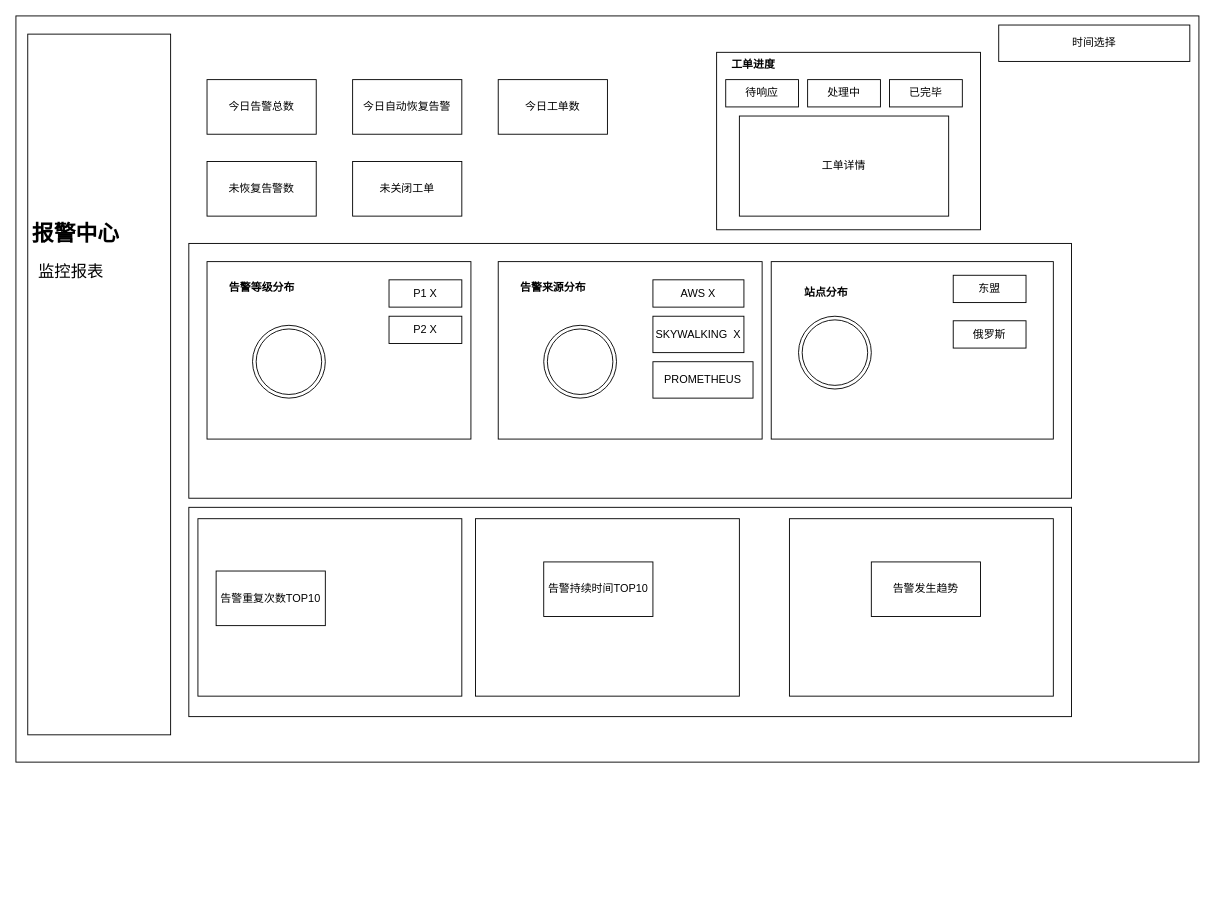
The draw.io diagram 告警报表页面.drawio in 463024907/zabbix-report, before the edit. Source tidied: cells renumbered, new cells numbered last; positions are measured from the earlier drawing's top-left corner, leaving out a move shared by most shapes. Both pictures are drawn from the tidied source at 91%, with x=0, y=0 at pixel (15, 15).
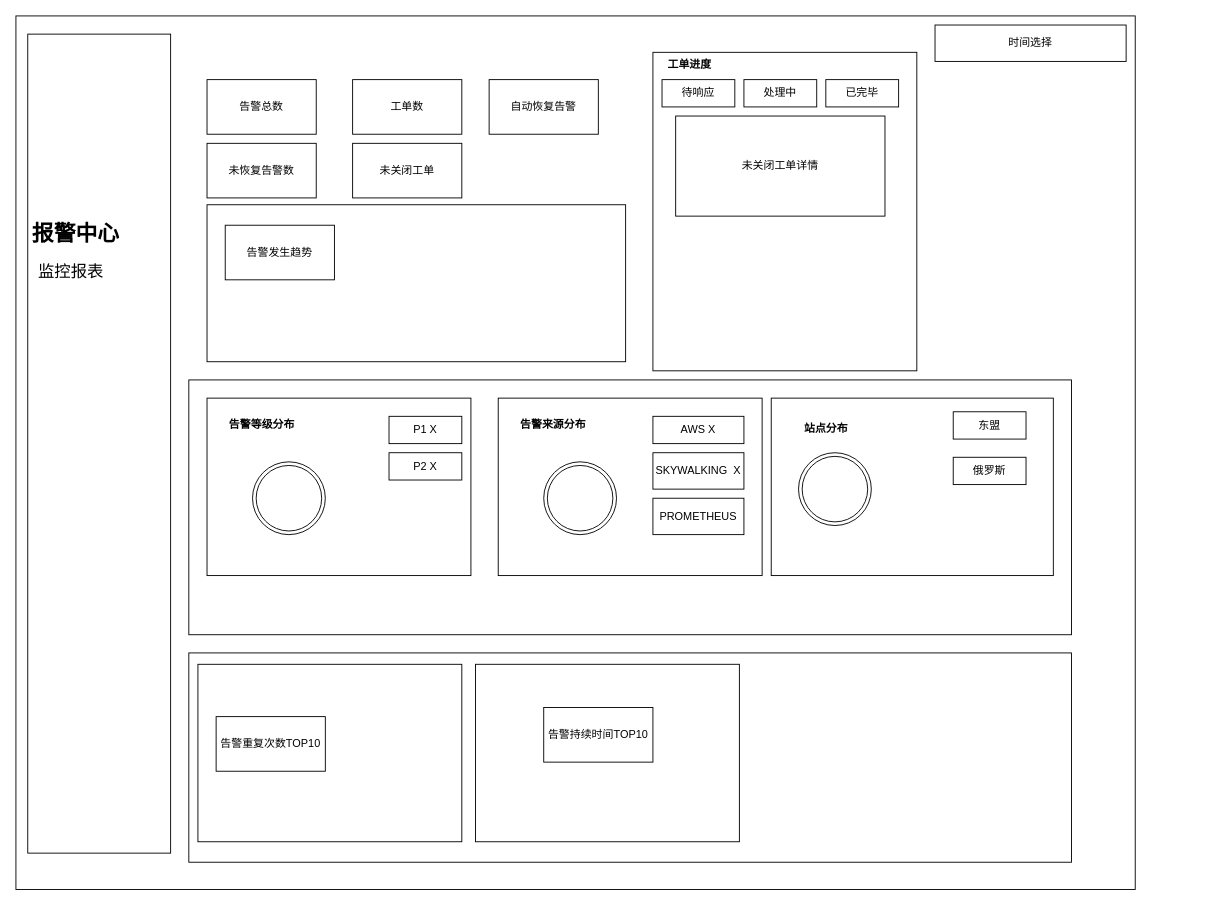
After the change.

Commit message (it also covers changes not shown here):
更新告警报表页面.drawio

Diff of the diagram source:
```diff
@@
     <mxCell id="2" style="rounded=0;whiteSpace=wrap;html=1;" parent="1" vertex="1">
-      <mxGeometry width="1300" height="820" as="geometry" />
+      <mxGeometry width="1230" height="960" as="geometry" />
     </mxCell>
     <mxCell id="3" style="rounded=0;whiteSpace=wrap;html=1;" parent="1" vertex="1">
-      <mxGeometry x="13" y="20" width="157" height="770" as="geometry" />
+      <mxGeometry x="13" y="20" width="157" height="900" as="geometry" />
     </mxCell>
@@
     <mxCell id="5" value="未恢复告警数" style="rounded=0;whiteSpace=wrap;html=1;" parent="1" vertex="1">
-      <mxGeometry x="210" y="160" width="120" height="60" as="geometry" />
+      <mxGeometry x="210" y="140" width="120" height="60" as="geometry" />
     </mxCell>
-    <mxCell id="6" value="今日告警总数" style="rounded=0;whiteSpace=wrap;html=1;" parent="1" vertex="1">
+    <mxCell id="6" value="告警总数" style="rounded=0;whiteSpace=wrap;html=1;" parent="1" vertex="1">
       <mxGeometry x="210" y="70" width="120" height="60" as="geometry" />
     </mxCell>
-    <mxCell id="7" value="今日自动恢复告警" style="rounded=0;whiteSpace=wrap;html=1;" parent="1" vertex="1">
-      <mxGeometry x="370" y="70" width="120" height="60" as="geometry" />
+    <mxCell id="7" value="自动恢复告警" style="rounded=0;whiteSpace=wrap;html=1;" parent="1" vertex="1">
+      <mxGeometry x="520" y="70" width="120" height="60" as="geometry" />
     </mxCell>
     <mxCell id="8" value="时间选择" style="rounded=0;whiteSpace=wrap;html=1;" parent="1" vertex="1">
-      <mxGeometry x="1080" y="10" width="210" height="40" as="geometry" />
+      <mxGeometry x="1010" y="10" width="210" height="40" as="geometry" />
     </mxCell>
     <mxCell id="9" style="rounded=0;whiteSpace=wrap;html=1;" parent="1" vertex="1">
-      <mxGeometry x="190" y="250" width="970" height="280" as="geometry" />
+      <mxGeometry x="190" y="400" width="970" height="280" as="geometry" />
     </mxCell>
     <mxCell id="10" style="rounded=0;whiteSpace=wrap;html=1;" parent="1" vertex="1">
-      <mxGeometry x="210" y="270" width="290" height="195" as="geometry" />
+      <mxGeometry x="210" y="420" width="290" height="195" as="geometry" />
     </mxCell>
     <mxCell id="11" style="ellipse;shape=doubleEllipse;whiteSpace=wrap;html=1;fontSize=18;" parent="1" vertex="1">
-      <mxGeometry x="260" y="340" width="80" height="80" as="geometry" />
+      <mxGeometry x="260" y="490" width="80" height="80" as="geometry" />
     </mxCell>
     <mxCell id="12" value="P1 X" style="rounded=0;whiteSpace=wrap;html=1;" parent="1" vertex="1">
-      <mxGeometry x="410" y="290" width="80" height="30" as="geometry" />
+      <mxGeometry x="410" y="440" width="80" height="30" as="geometry" />
     </mxCell>
     <mxCell id="13" value="&lt;font style=&quot;font-size: 12px&quot;&gt;告警等级分布&lt;/font&gt;" style="text;strokeColor=none;fillColor=none;html=1;fontSize=24;fontStyle=1;verticalAlign=middle;align=center;" parent="1" vertex="1">
-      <mxGeometry x="220" y="275" width="100" height="40" as="geometry" />
+      <mxGeometry x="220" y="425" width="100" height="40" as="geometry" />
     </mxCell>
     <mxCell id="14" value="P2 X" style="rounded=0;whiteSpace=wrap;html=1;" parent="1" vertex="1">
-      <mxGeometry x="410" y="330" width="80" height="30" as="geometry" />
+      <mxGeometry x="410" y="480" width="80" height="30" as="geometry" />
     </mxCell>
     <mxCell id="15" style="rounded=0;whiteSpace=wrap;html=1;" parent="1" vertex="1">
-      <mxGeometry x="530" y="270" width="290" height="195" as="geometry" />
+      <mxGeometry x="530" y="420" width="290" height="195" as="geometry" />
     </mxCell>
     <mxCell id="16" style="ellipse;shape=doubleEllipse;whiteSpace=wrap;html=1;fontSize=18;" parent="1" vertex="1">
-      <mxGeometry x="580" y="340" width="80" height="80" as="geometry" />
+      <mxGeometry x="580" y="490" width="80" height="80" as="geometry" />
     </mxCell>
     <mxCell id="17" value="AWS X" style="rounded=0;whiteSpace=wrap;html=1;" parent="1" vertex="1">
-      <mxGeometry x="700" y="290" width="100" height="30" as="geometry" />
+      <mxGeometry x="700" y="440" width="100" height="30" as="geometry" />
     </mxCell>
     <mxCell id="18" value="&lt;font style=&quot;font-size: 12px&quot;&gt;告警来源分布&lt;/font&gt;" style="text;strokeColor=none;fillColor=none;html=1;fontSize=24;fontStyle=1;verticalAlign=middle;align=center;" parent="1" vertex="1">
-      <mxGeometry x="540" y="275" width="100" height="40" as="geometry" />
+      <mxGeometry x="540" y="425" width="100" height="40" as="geometry" />
     </mxCell>
     <mxCell id="19" value="SKYWALKING&amp;nbsp; X" style="rounded=0;whiteSpace=wrap;html=1;" parent="1" vertex="1">
-      <mxGeometry x="700" y="330" width="100" height="40" as="geometry" />
+      <mxGeometry x="700" y="480" width="100" height="40" as="geometry" />
     </mxCell>
     <mxCell id="20" value="PROMETHEUS" style="rounded=0;whiteSpace=wrap;html=1;" parent="1" vertex="1">
-      <mxGeometry x="700" y="380" width="110" height="40" as="geometry" />
+      <mxGeometry x="700" y="530" width="100" height="40" as="geometry" />
     </mxCell>
     <mxCell id="21" style="rounded=0;whiteSpace=wrap;html=1;" parent="1" vertex="1">
-      <mxGeometry x="830" y="270" width="310" height="195" as="geometry" />
+      <mxGeometry x="830" y="420" width="310" height="195" as="geometry" />
     </mxCell>
     <mxCell id="22" value="&lt;span style=&quot;font-size: 12px&quot;&gt;站点分布&lt;/span&gt;" style="text;strokeColor=none;fillColor=none;html=1;fontSize=24;fontStyle=1;verticalAlign=middle;align=center;" parent="1" vertex="1">
-      <mxGeometry x="840" y="280" width="100" height="40" as="geometry" />
+      <mxGeometry x="840" y="430" width="100" height="40" as="geometry" />
     </mxCell>
     <mxCell id="23" style="ellipse;shape=doubleEllipse;whiteSpace=wrap;html=1;fontSize=18;" parent="1" vertex="1">
-      <mxGeometry x="860" y="330" width="80" height="80" as="geometry" />
+      <mxGeometry x="860" y="480" width="80" height="80" as="geometry" />
     </mxCell>
     <mxCell id="24" value="东盟" style="rounded=0;whiteSpace=wrap;html=1;" parent="1" vertex="1">
-      <mxGeometry x="1030" y="285" width="80" height="30" as="geometry" />
+      <mxGeometry x="1030" y="435" width="80" height="30" as="geometry" />
     </mxCell>
     <mxCell id="25" value="俄罗斯" style="rounded=0;whiteSpace=wrap;html=1;" parent="1" vertex="1">
-      <mxGeometry x="1030" y="335" width="80" height="30" as="geometry" />
+      <mxGeometry x="1030" y="485" width="80" height="30" as="geometry" />
     </mxCell>
-    <mxCell id="26" value="今日工单数" style="rounded=0;whiteSpace=wrap;html=1;" parent="1" vertex="1">
-      <mxGeometry x="530" y="70" width="120" height="60" as="geometry" />
+    <mxCell id="26" value="工单数" style="rounded=0;whiteSpace=wrap;html=1;" parent="1" vertex="1">
+      <mxGeometry x="370" y="70" width="120" height="60" as="geometry" />
     </mxCell>
     <mxCell id="27" value="未关闭工单" style="rounded=0;whiteSpace=wrap;html=1;" parent="1" vertex="1">
-      <mxGeometry x="370" y="160" width="120" height="60" as="geometry" />
+      <mxGeometry x="370" y="140" width="120" height="60" as="geometry" />
     </mxCell>
     <mxCell id="28" style="rounded=0;whiteSpace=wrap;html=1;fontSize=12;" parent="1" vertex="1">
-      <mxGeometry x="190" y="540" width="970" height="230" as="geometry" />
+      <mxGeometry x="190" y="700" width="970" height="230" as="geometry" />
     </mxCell>
     <mxCell id="29" style="rounded=0;whiteSpace=wrap;html=1;" parent="1" vertex="1">
-      <mxGeometry x="200" y="552.5" width="290" height="195" as="geometry" />
+      <mxGeometry x="200" y="712.5" width="290" height="195" as="geometry" />
     </mxCell>
     <mxCell id="30" value="告警重复次数TOP10" style="rounded=0;whiteSpace=wrap;html=1;fontSize=12;" parent="1" vertex="1">
-      <mxGeometry x="220" y="610" width="120" height="60" as="geometry" />
+      <mxGeometry x="220" y="770" width="120" height="60" as="geometry" />
     </mxCell>
     <mxCell id="31" style="rounded=0;whiteSpace=wrap;html=1;" parent="1" vertex="1">
-      <mxGeometry x="850" y="552.5" width="290" height="195" as="geometry" />
+      <mxGeometry x="210" y="207.5" width="460" height="172.5" as="geometry" />
     </mxCell>
     <mxCell id="32" value="告警发生趋势" style="rounded=0;whiteSpace=wrap;html=1;fontSize=12;" parent="1" vertex="1">
-      <mxGeometry x="940" y="600" width="120" height="60" as="geometry" />
+      <mxGeometry x="230" y="230" width="120" height="60" as="geometry" />
     </mxCell>
     <mxCell id="33" style="rounded=0;whiteSpace=wrap;html=1;" parent="1" vertex="1">
-      <mxGeometry x="770" y="40" width="290" height="195" as="geometry" />
+      <mxGeometry x="700" y="40" width="290" height="350" as="geometry" />
     </mxCell>
     <mxCell id="34" value="待响应" style="rounded=0;whiteSpace=wrap;html=1;" parent="1" vertex="1">
-      <mxGeometry x="780" y="70" width="80" height="30" as="geometry" />
+      <mxGeometry x="710" y="70" width="80" height="30" as="geometry" />
     </mxCell>
     <mxCell id="35" value="&lt;font style=&quot;font-size: 12px&quot;&gt;工单进度&lt;/font&gt;" style="text;strokeColor=none;fillColor=none;html=1;fontSize=24;fontStyle=1;verticalAlign=middle;align=center;" parent="1" vertex="1">
-      <mxGeometry x="760" y="30" width="100" height="40" as="geometry" />
+      <mxGeometry x="690" y="30" width="100" height="40" as="geometry" />
     </mxCell>
     <mxCell id="36" value="处理中" style="rounded=0;whiteSpace=wrap;html=1;" parent="1" vertex="1">
-      <mxGeometry x="870" y="70" width="80" height="30" as="geometry" />
+      <mxGeometry x="800" y="70" width="80" height="30" as="geometry" />
     </mxCell>
     <mxCell id="37" value="已完毕" style="rounded=0;whiteSpace=wrap;html=1;" parent="1" vertex="1">
-      <mxGeometry x="960" y="70" width="80" height="30" as="geometry" />
+      <mxGeometry x="890" y="70" width="80" height="30" as="geometry" />
     </mxCell>
-    <mxCell id="38" value="工单详情" style="rounded=0;whiteSpace=wrap;html=1;" parent="1" vertex="1">
-      <mxGeometry x="795" y="110" width="230" height="110" as="geometry" />
+    <mxCell id="38" value="未关闭工单详情" style="rounded=0;whiteSpace=wrap;html=1;" parent="1" vertex="1">
+      <mxGeometry x="725" y="110" width="230" height="110" as="geometry" />
     </mxCell>
     <mxCell id="39" style="rounded=0;whiteSpace=wrap;html=1;" parent="1" vertex="1">
-      <mxGeometry x="505" y="552.5" width="290" height="195" as="geometry" />
+      <mxGeometry x="505" y="712.5" width="290" height="195" as="geometry" />
     </mxCell>
     <mxCell id="40" value="告警持续时间TOP10" style="rounded=0;whiteSpace=wrap;html=1;fontSize=12;" parent="1" vertex="1">
-      <mxGeometry x="580" y="600" width="120" height="60" as="geometry" />
+      <mxGeometry x="580" y="760" width="120" height="60" as="geometry" />
     </mxCell>
```
